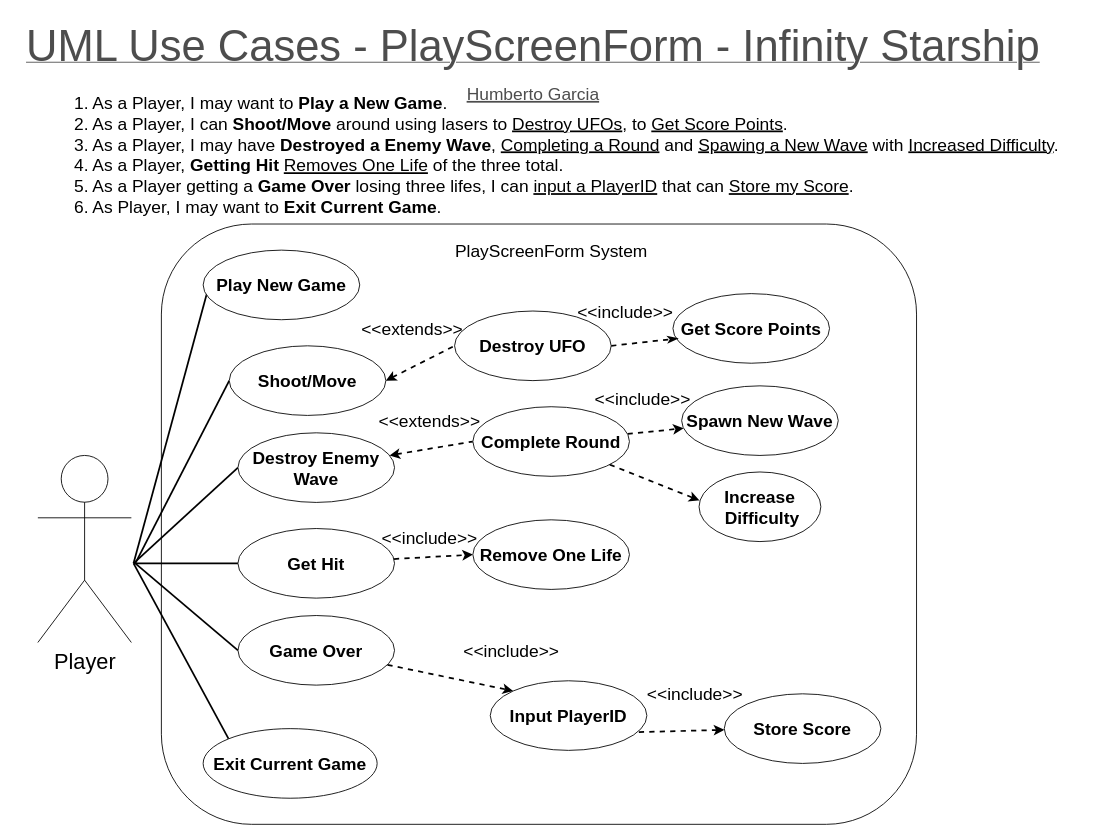
Before: Designs/UMLs/UseCases_PlayScreenForm_GarciaHumberto.drawio in HumbertoGarciaJr/InfinityStarship-GarciaHumberto, a draw.io diagram. Source tidied: cells renumbered, new cells numbered last; positions are measured from the earlier drawing's top-left corner, leaving out a move shared by most shapes. Both pictures are drawn from the tidied source at 87%, with x=0, y=0 at pixel (15, 15).
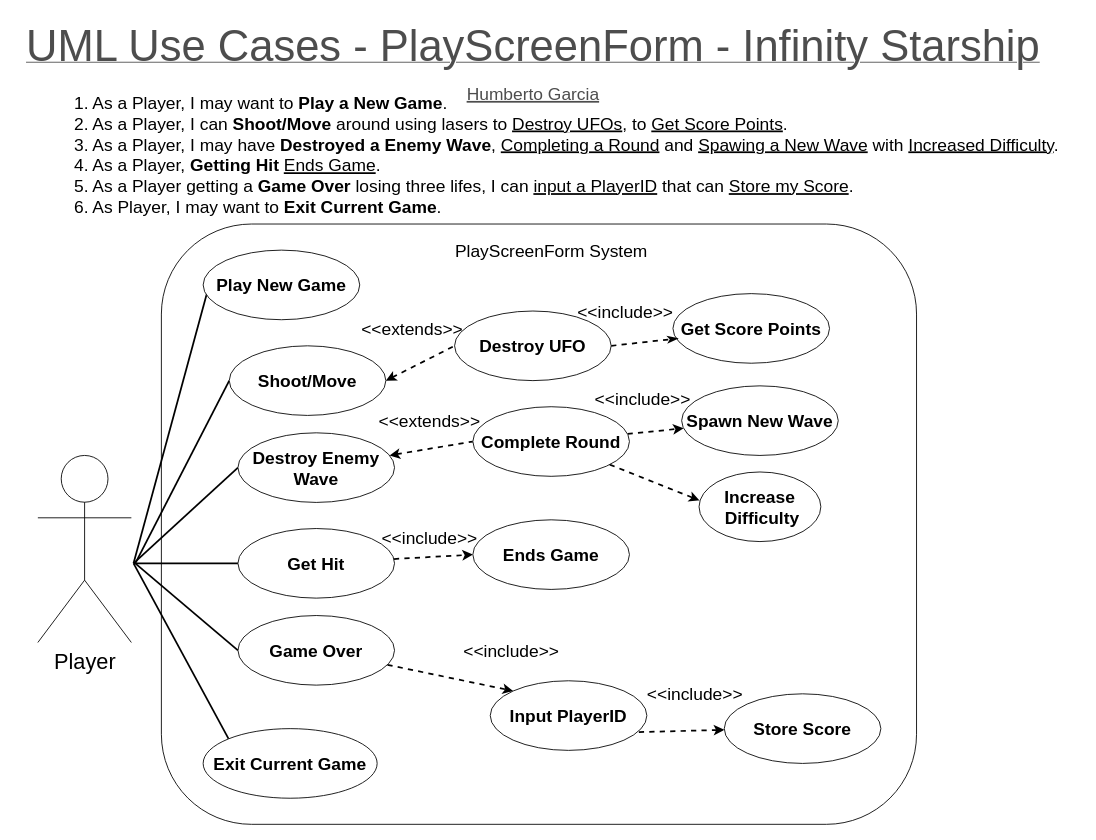
The same diagram, later.

Change to the diagram source:
```diff
@@
-    <mxCell id="6" value="1. As a Player, I may want to &lt;b&gt;Play a New Game&lt;/b&gt;.&lt;br&gt;2. As a Player, I can&amp;nbsp;&lt;b&gt;Shoot/Move&lt;/b&gt; around using lasers to &lt;u&gt;Destroy UFOs&lt;/u&gt;, to &lt;u&gt;Get Score Points&lt;/u&gt;.&lt;br&gt;3. As a Player, I may have &lt;b&gt;Destroyed a Enemy Wave&lt;/b&gt;, &lt;u&gt;Completing a Round&lt;/u&gt; and &lt;u&gt;Spawing a New Wave&lt;/u&gt; with &lt;u&gt;Increased Difficulty&lt;/u&gt;.&amp;nbsp;&lt;br&gt;4. As a Player, &lt;b&gt;Getting Hit&lt;/b&gt;&amp;nbsp;&lt;u&gt;Removes One Life&lt;/u&gt; of the three total.&lt;br&gt;5. As a Player getting a&amp;nbsp;&lt;b&gt;Game Over&lt;/b&gt;&amp;nbsp;losing three lifes, I can&amp;nbsp;&lt;u&gt;input a PlayerID&lt;/u&gt; that can &lt;u&gt;Store my Score&lt;/u&gt;.&lt;br&gt;6. As Player, I may want to &lt;b&gt;Exit Current Game&lt;/b&gt;." style="text;html=1;align=left;verticalAlign=middle;strokeColor=none;fillColor=none;fontSize=20;" parent="1" vertex="1">
+    <mxCell id="6" value="1. As a Player, I may want to &lt;b&gt;Play a New Game&lt;/b&gt;.&lt;br&gt;2. As a Player, I can&amp;nbsp;&lt;b&gt;Shoot/Move&lt;/b&gt; around using lasers to &lt;u&gt;Destroy UFOs&lt;/u&gt;, to &lt;u&gt;Get Score Points&lt;/u&gt;.&lt;br&gt;3. As a Player, I may have &lt;b&gt;Destroyed a Enemy Wave&lt;/b&gt;, &lt;u&gt;Completing a Round&lt;/u&gt; and &lt;u&gt;Spawing a New Wave&lt;/u&gt; with &lt;u&gt;Increased Difficulty&lt;/u&gt;.&amp;nbsp;&lt;br&gt;4. As a Player, &lt;b&gt;Getting Hit&lt;/b&gt;&amp;nbsp;&lt;u&gt;Ends Game&lt;/u&gt;.&lt;br&gt;5. As a Player getting a&amp;nbsp;&lt;b&gt;Game Over&lt;/b&gt;&amp;nbsp;losing three lifes, I can&amp;nbsp;&lt;u&gt;input a PlayerID&lt;/u&gt; that can &lt;u&gt;Store my Score&lt;/u&gt;.&lt;br&gt;6. As Player, I may want to &lt;b&gt;Exit Current Game&lt;/b&gt;." style="text;html=1;align=left;verticalAlign=middle;strokeColor=none;fillColor=none;fontSize=20;" parent="1" vertex="1">
       <mxGeometry x="66" y="80" width="1160" height="160" as="geometry" />
     </mxCell>
@@
-    <mxCell id="43" value="&lt;span style=&quot;font-size: 20px;&quot;&gt;&lt;b&gt;Remove One Life&lt;/b&gt;&lt;/span&gt;" style="ellipse;whiteSpace=wrap;html=1;" parent="1" vertex="1">
+    <mxCell id="43" value="&lt;span style=&quot;font-size: 20px;&quot;&gt;&lt;b&gt;Ends Game&lt;/b&gt;&lt;/span&gt;" style="ellipse;whiteSpace=wrap;html=1;" parent="1" vertex="1">
       <mxGeometry x="526" y="580" width="180" height="80" as="geometry" />
     </mxCell>
```
